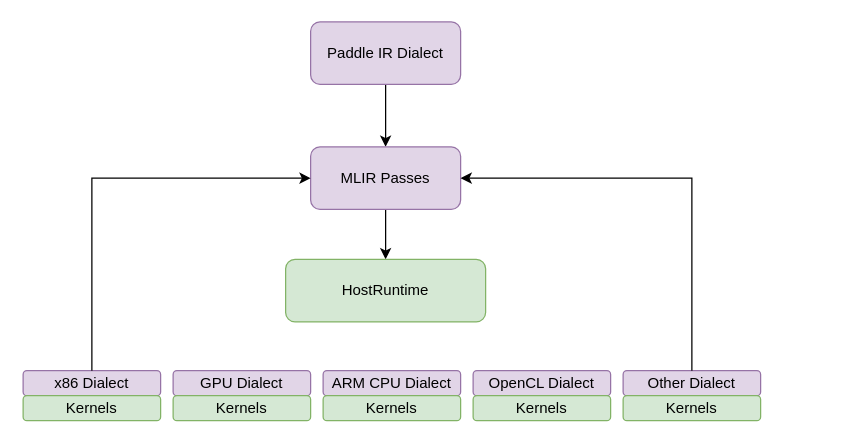
The draw.io diagram cinnrt-overall-ecosystem.drawio in Superjomn/_tmp_images, before the edit. Source tidied: cells renumbered, new cells numbered last; positions are measured from the earlier drawing's top-left corner, leaving out a move shared by most shapes. Both pictures are drawn from the tidied source at 125%, with x=0, y=0 at pixel (22, 21).
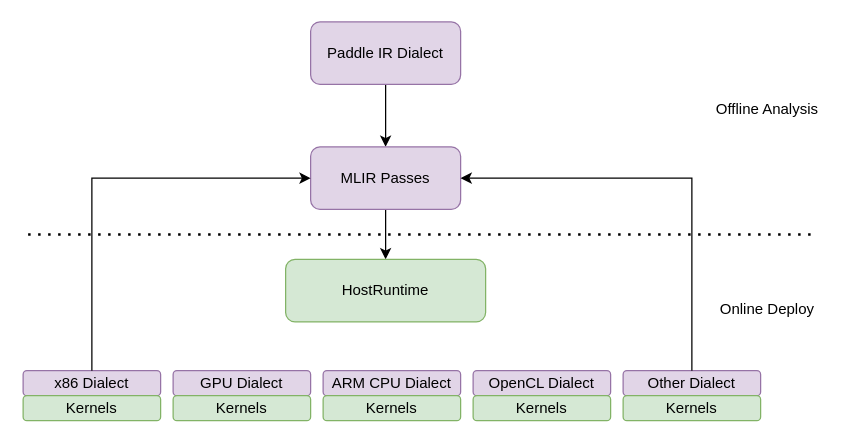
The same diagram, later.

Change to the diagram source:
```diff
@@
+    <mxCell id="24" style="endArrow=none;dashed=1;html=1;dashPattern=1 3;strokeWidth=2;rounded=0;" parent="1" edge="1">
+      <mxGeometry relative="1" as="geometry">
+        <mxPoint x="630" y="170" as="sourcePoint" />
+        <mxPoint y="170" as="targetPoint" />
+      </mxGeometry>
+    </mxCell>
+    <mxCell id="25" value="Offline Analysis" style="text;html=1;align=center;verticalAlign=middle;strokeColor=none;fillColor=none;" parent="1" vertex="1">
+      <mxGeometry x="545" y="60" width="100" height="20" as="geometry" />
+    </mxCell>
+    <mxCell id="26" value="Online Deploy" style="text;html=1;align=center;verticalAlign=middle;strokeColor=none;fillColor=none;" parent="1" vertex="1">
+      <mxGeometry x="550" y="220" width="90" height="20" as="geometry" />
+    </mxCell>
```
